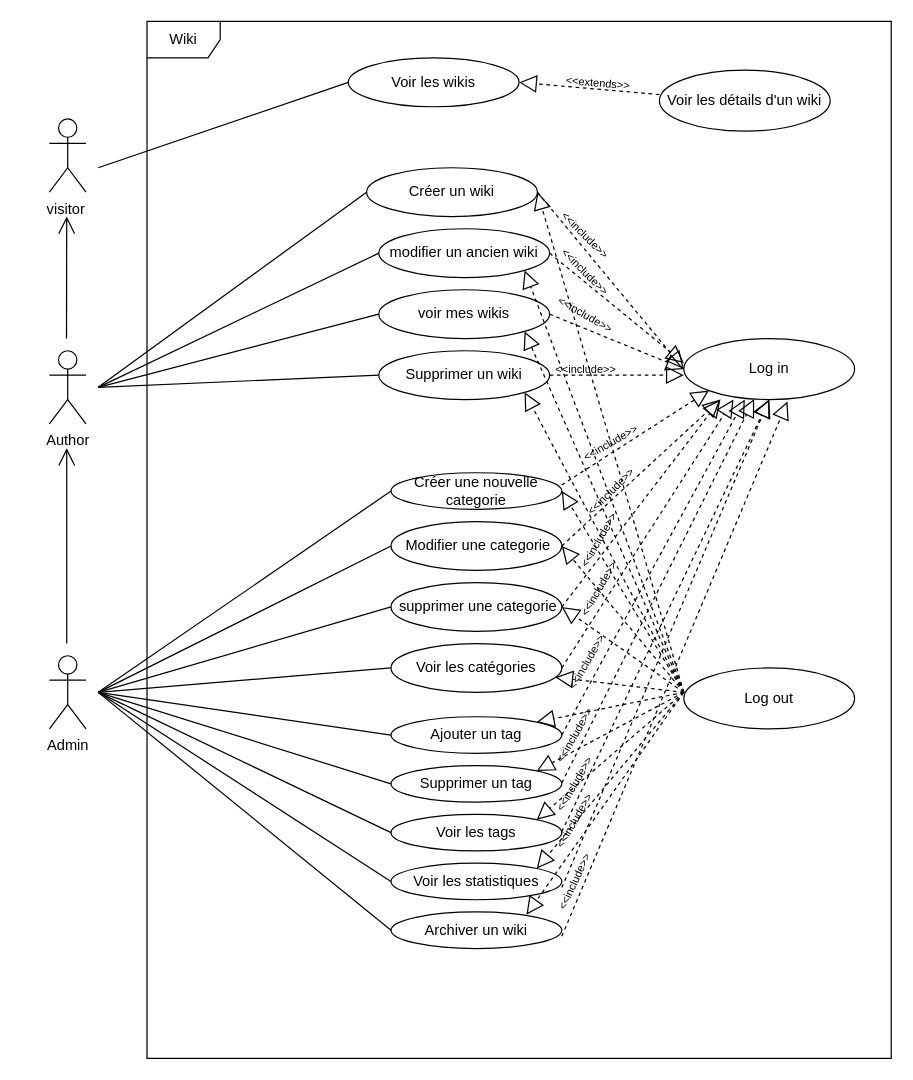
This is UML/UseCasediagramm.drawio from SalBouhamidi/Wiki, a draw.io file, before an edit. Source tidied: cells renumbered, new cells numbered last; positions are measured from the earlier drawing's top-left corner, leaving out a move shared by most shapes. Both pictures are drawn from the tidied source at 122%, with x=0, y=0 at pixel (49, 21).
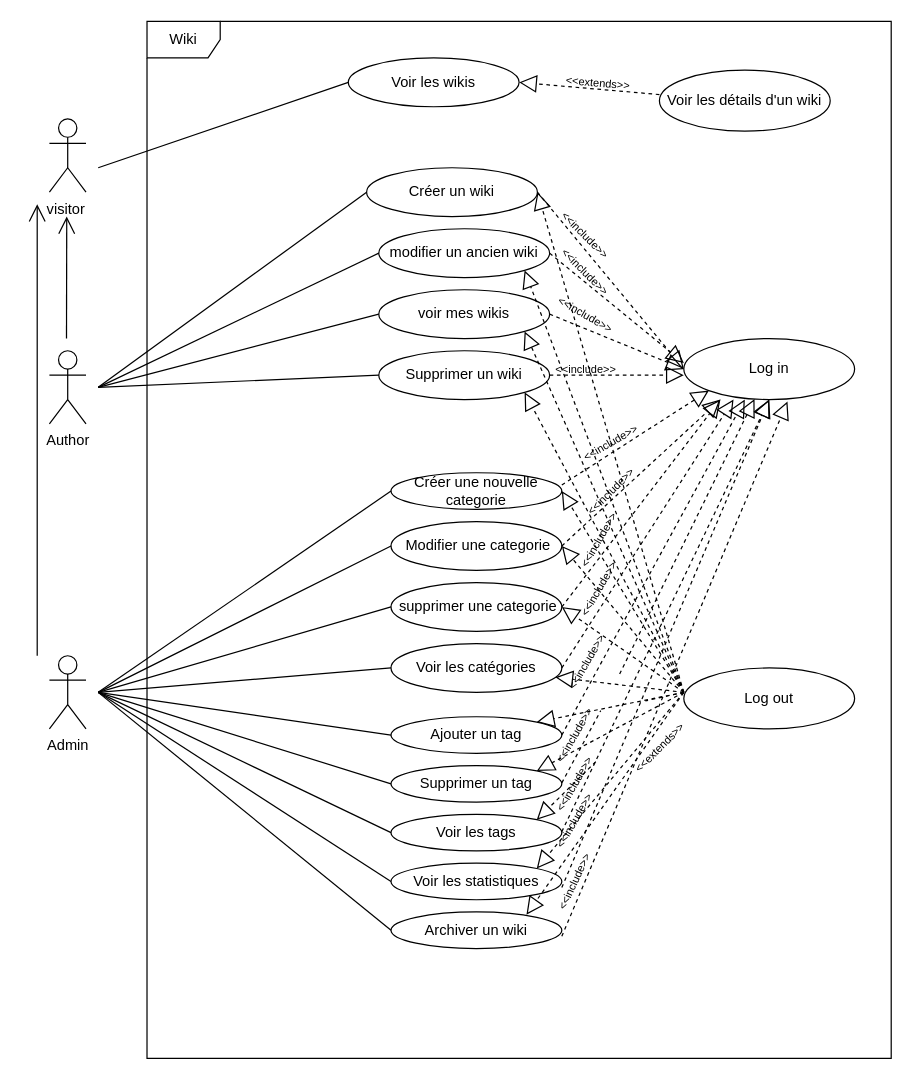
Above is the later version.

The change refers to these unchanged cells:
```xml
<mxCell id="17" value="Voir les tags" style="ellipse;whiteSpace=wrap;html=1;" parent="1" vertex="1">
  <mxGeometry x="280" y="650" width="140" height="30" as="geometry" />
</mxCell>
<mxCell id="20" value="Log in" style="ellipse;whiteSpace=wrap;html=1;" parent="1" vertex="1">
  <mxGeometry x="520" y="260" width="140" height="50" as="geometry" />
</mxCell>
```

Diff of the diagram source:
```diff
@@
-    <mxCell id="46" style="endArrow=block;dashed=1;endFill=0;endSize=12;html=1;" parent="1" edge="1" target="20">
+    <mxCell id="46" style="endArrow=block;dashed=1;endFill=0;endSize=12;html=1;startArrow=none;" parent="1" edge="1" target="20">
       <mxGeometry relative="1" as="geometry">
-        <mxPoint x="420" y="624.2" as="sourcePoint" />
+        <mxPoint x="467.4" y="535" as="sourcePoint" />
       </mxGeometry>
     </mxCell>
@@
     <mxCell id="65" style="endArrow=open;endFill=1;endSize=12;html=1;fontSize=9;" parent="1" edge="1">
       <mxGeometry relative="1" as="geometry">
-        <mxPoint x="14.2" y="510" as="sourcePoint" />
-        <mxPoint x="14.2" y="350" as="targetPoint" />
+        <mxPoint x="-10" y="520" as="sourcePoint" />
+        <mxPoint x="-10" y="150" as="targetPoint" />
       </mxGeometry>
     </mxCell>
@@
-    <mxCell id="71" style="endArrow=block;dashed=1;endFill=0;endSize=12;html=1;fontSize=9;entryX=1;entryY=0;entryDx=0;entryDy=0;" parent="1" edge="1" target="17">
+    <mxCell id="71" style="endArrow=block;dashed=1;endFill=0;endSize=12;html=1;fontSize=9;entryX=1;entryY=0;entryDx=0;entryDy=0;startArrow=none;" parent="1" edge="1" target="17">
       <mxGeometry relative="1" as="geometry">
-        <mxPoint x="520" y="550" as="sourcePoint" />
+        <mxPoint x="447.9" y="606.8" as="sourcePoint" />
       </mxGeometry>
     </mxCell>
@@
+    <mxCell id="80" value="&lt;font style=&quot;font-size: 9px;&quot;&gt;&amp;lt;&amp;lt;extends&amp;gt;&amp;gt;&lt;/font&gt;" style="text;html=1;strokeColor=none;fillColor=none;align=center;verticalAlign=middle;whiteSpace=wrap;rounded=0;rotation=-45;" parent="1" vertex="1">
+      <mxGeometry x="470" y="580" width="60" height="30" as="geometry" />
+    </mxCell>
+    <mxCell id="81" style="endArrow=none;dashed=1;endFill=0;endSize=12;html=1;" parent="1" edge="1">
+      <mxGeometry relative="1" as="geometry">
+        <mxPoint x="420" y="624.2" as="sourcePoint" />
+        <mxPoint x="451.9" y="565" as="targetPoint" />
+      </mxGeometry>
+    </mxCell>
+    <mxCell id="82" style="endArrow=none;dashed=1;endFill=0;endSize=12;html=1;fontSize=9;entryX=1;entryY=0;entryDx=0;entryDy=0;" parent="1" edge="1">
+      <mxGeometry relative="1" as="geometry">
+        <mxPoint x="520" y="550" as="sourcePoint" />
+        <mxPoint x="488.5" y="557" as="targetPoint" />
+      </mxGeometry>
+    </mxCell>
```
